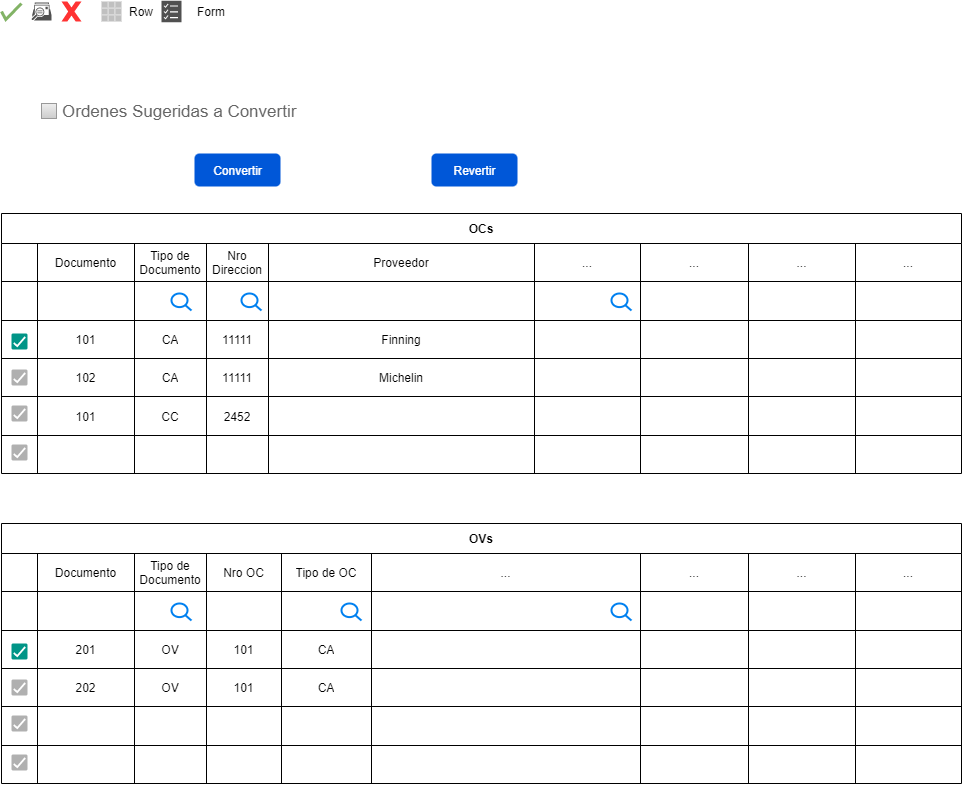
frepetti/frepetti keeps this draw.io diagram as Aplicacion Conversión CLP a USD.drawio.png. Above is the earlier version. Source tidied: cells renumbered, new cells last; positions are measured from the earlier drawing's top-left corner, leaving out a move shared by most shapes.
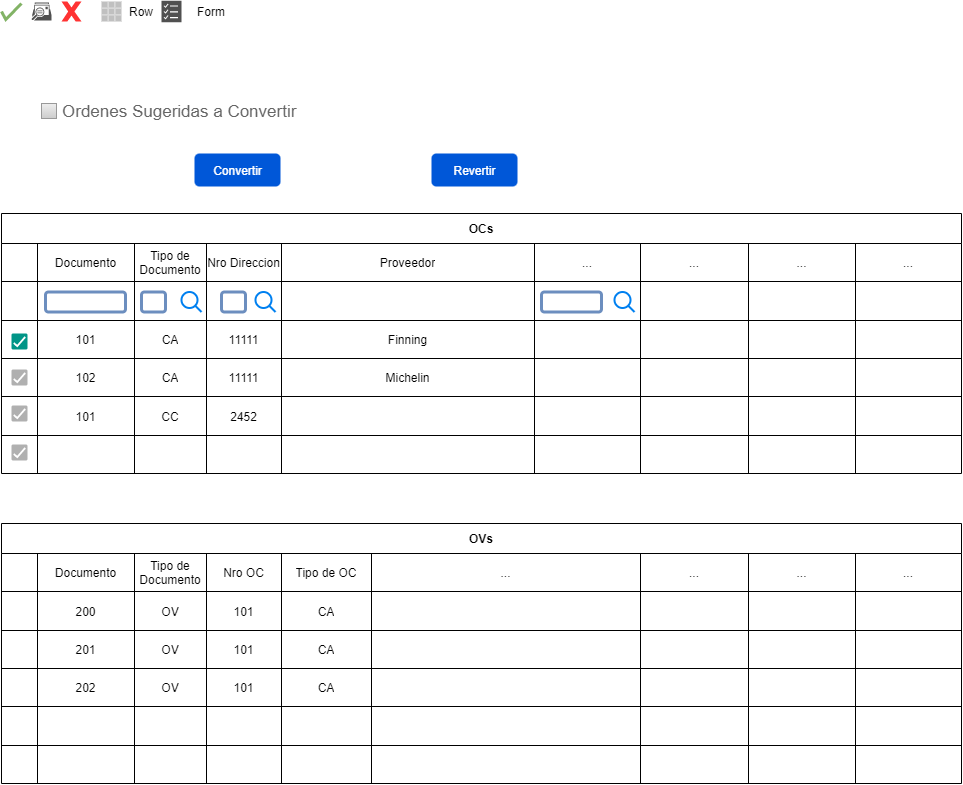
The same file after the commit.

Diff of the diagram source:
```diff
@@ -18,10 +18,10 @@
       <mxGeometry x="133" width="72" height="38" as="geometry" />
     </mxCell>
     <mxCell id="7" value="Nro Direccion" style="shape=partialRectangle;html=1;whiteSpace=wrap;fillColor=none;top=0;left=0;bottom=0;right=0;overflow=hidden;" parent="3" vertex="1">
-      <mxGeometry x="205" width="62" height="38" as="geometry" />
+      <mxGeometry x="205" width="75" height="38" as="geometry" />
     </mxCell>
     <mxCell id="8" value="Proveedor" style="shape=partialRectangle;html=1;whiteSpace=wrap;fillColor=none;top=0;left=0;bottom=0;right=0;overflow=hidden;" parent="3" vertex="1">
-      <mxGeometry x="267" width="266" height="38" as="geometry" />
+      <mxGeometry x="280" width="253" height="38" as="geometry" />
     </mxCell>
     <mxCell id="9" value="..." style="shape=partialRectangle;html=1;whiteSpace=wrap;fillColor=none;top=0;left=0;bottom=0;right=0;overflow=hidden;" parent="3" vertex="1">
       <mxGeometry x="533" width="106" height="38" as="geometry" />
@@ -48,10 +48,10 @@
       <mxGeometry x="133" width="72" height="39" as="geometry" />
     </mxCell>
     <mxCell id="17" style="shape=partialRectangle;html=1;whiteSpace=wrap;fillColor=none;top=0;left=0;bottom=0;right=0;overflow=hidden;" parent="13" vertex="1">
-      <mxGeometry x="205" width="62" height="39" as="geometry" />
+      <mxGeometry x="205" width="75" height="39" as="geometry" />
     </mxCell>
     <mxCell id="18" style="shape=partialRectangle;html=1;whiteSpace=wrap;fillColor=none;top=0;left=0;bottom=0;right=0;overflow=hidden;" parent="13" vertex="1">
-      <mxGeometry x="267" width="266" height="39" as="geometry" />
+      <mxGeometry x="280" width="253" height="39" as="geometry" />
     </mxCell>
     <mxCell id="19" style="shape=partialRectangle;html=1;whiteSpace=wrap;fillColor=none;top=0;left=0;bottom=0;right=0;overflow=hidden;" parent="13" vertex="1">
       <mxGeometry x="533" width="106" height="39" as="geometry" />
@@ -78,10 +78,10 @@
       <mxGeometry x="133" width="72" height="38" as="geometry" />
     </mxCell>
     <mxCell id="27" value="11111" style="shape=partialRectangle;html=1;whiteSpace=wrap;fillColor=none;top=0;left=0;bottom=0;right=0;overflow=hidden;" parent="23" vertex="1">
-      <mxGeometry x="205" width="62" height="38" as="geometry" />
+      <mxGeometry x="205" width="75" height="38" as="geometry" />
     </mxCell>
     <mxCell id="28" value="Finning" style="shape=partialRectangle;html=1;whiteSpace=wrap;fillColor=none;top=0;left=0;bottom=0;right=0;overflow=hidden;" parent="23" vertex="1">
-      <mxGeometry x="267" width="266" height="38" as="geometry" />
+      <mxGeometry x="280" width="253" height="38" as="geometry" />
     </mxCell>
     <mxCell id="29" style="shape=partialRectangle;html=1;whiteSpace=wrap;fillColor=none;top=0;left=0;bottom=0;right=0;overflow=hidden;" parent="23" vertex="1">
       <mxGeometry x="533" width="106" height="38" as="geometry" />
@@ -108,10 +108,10 @@
       <mxGeometry x="133" width="72" height="38" as="geometry" />
     </mxCell>
     <mxCell id="37" value="11111" style="shape=partialRectangle;html=1;whiteSpace=wrap;fillColor=none;top=0;left=0;bottom=0;right=0;overflow=hidden;" parent="33" vertex="1">
-      <mxGeometry x="205" width="62" height="38" as="geometry" />
+      <mxGeometry x="205" width="75" height="38" as="geometry" />
     </mxCell>
     <mxCell id="38" value="Michelin" style="shape=partialRectangle;html=1;whiteSpace=wrap;fillColor=none;top=0;left=0;bottom=0;right=0;overflow=hidden;" parent="33" vertex="1">
-      <mxGeometry x="267" width="266" height="38" as="geometry" />
+      <mxGeometry x="280" width="253" height="38" as="geometry" />
     </mxCell>
     <mxCell id="39" style="shape=partialRectangle;html=1;whiteSpace=wrap;fillColor=none;top=0;left=0;bottom=0;right=0;overflow=hidden;" parent="33" vertex="1">
       <mxGeometry x="533" width="106" height="38" as="geometry" />
@@ -138,10 +138,10 @@
       <mxGeometry x="133" width="72" height="39" as="geometry" />
     </mxCell>
     <mxCell id="47" value="2452" style="shape=partialRectangle;html=1;whiteSpace=wrap;fillColor=none;top=0;left=0;bottom=0;right=0;overflow=hidden;" parent="43" vertex="1">
-      <mxGeometry x="205" width="62" height="39" as="geometry" />
+      <mxGeometry x="205" width="75" height="39" as="geometry" />
     </mxCell>
     <mxCell id="48" style="shape=partialRectangle;html=1;whiteSpace=wrap;fillColor=none;top=0;left=0;bottom=0;right=0;overflow=hidden;" parent="43" vertex="1">
-      <mxGeometry x="267" width="266" height="39" as="geometry" />
+      <mxGeometry x="280" width="253" height="39" as="geometry" />
     </mxCell>
     <mxCell id="49" style="shape=partialRectangle;html=1;whiteSpace=wrap;fillColor=none;top=0;left=0;bottom=0;right=0;overflow=hidden;" parent="43" vertex="1">
       <mxGeometry x="533" width="106" height="39" as="geometry" />
@@ -168,10 +168,10 @@
       <mxGeometry x="133" width="72" height="38" as="geometry" />
     </mxCell>
     <mxCell id="57" style="shape=partialRectangle;html=1;whiteSpace=wrap;fillColor=none;top=0;left=0;bottom=0;right=0;overflow=hidden;" parent="53" vertex="1">
-      <mxGeometry x="205" width="62" height="38" as="geometry" />
+      <mxGeometry x="205" width="75" height="38" as="geometry" />
     </mxCell>
     <mxCell id="58" style="shape=partialRectangle;html=1;whiteSpace=wrap;fillColor=none;top=0;left=0;bottom=0;right=0;overflow=hidden;" parent="53" vertex="1">
-      <mxGeometry x="267" width="266" height="38" as="geometry" />
+      <mxGeometry x="280" width="253" height="38" as="geometry" />
     </mxCell>
     <mxCell id="59" style="shape=partialRectangle;html=1;whiteSpace=wrap;fillColor=none;top=0;left=0;bottom=0;right=0;overflow=hidden;" parent="53" vertex="1">
       <mxGeometry x="533" width="106" height="38" as="geometry" />
@@ -198,13 +198,13 @@
       <mxGeometry x="10" y="405" width="16" height="16" as="geometry" />
     </mxCell>
     <mxCell id="67" style="html=1;verticalLabelPosition=bottom;align=center;labelBackgroundColor=#ffffff;verticalAlign=top;strokeWidth=2;strokeColor=#0080F0;shadow=0;dashed=0;shape=mxgraph.ios7.icons.looking_glass;" parent="1" vertex="1">
-      <mxGeometry x="240" y="293" width="20" height="17" as="geometry" />
+      <mxGeometry x="254" y="291.5" width="20" height="20" as="geometry" />
     </mxCell>
     <mxCell id="68" style="html=1;verticalLabelPosition=bottom;align=center;labelBackgroundColor=#ffffff;verticalAlign=top;strokeWidth=2;strokeColor=#0080F0;shadow=0;dashed=0;shape=mxgraph.ios7.icons.looking_glass;" parent="1" vertex="1">
-      <mxGeometry x="170" y="293" width="20" height="17" as="geometry" />
+      <mxGeometry x="180" y="291.5" width="20" height="20" as="geometry" />
     </mxCell>
     <mxCell id="69" style="html=1;verticalLabelPosition=bottom;align=center;labelBackgroundColor=#ffffff;verticalAlign=top;strokeWidth=2;strokeColor=#0080F0;shadow=0;dashed=0;shape=mxgraph.ios7.icons.looking_glass;" parent="1" vertex="1">
-      <mxGeometry x="610" y="293" width="20" height="17" as="geometry" />
+      <mxGeometry x="613" y="291.5" width="20" height="20" as="geometry" />
     </mxCell>
     <mxCell id="70" value="OVs" style="shape=table;startSize=30;fontStyle=1;align=center;" parent="1" vertex="1">
       <mxGeometry y="523" width="960" height="260" as="geometry" />
@@ -245,16 +245,16 @@
     <mxCell id="82" style="shape=partialRectangle;html=1;whiteSpace=wrap;fillColor=none;top=0;left=0;bottom=0;right=0;overflow=hidden;" parent="81" vertex="1">
       <mxGeometry width="36" height="39" as="geometry" />
     </mxCell>
-    <mxCell id="83" style="shape=partialRectangle;html=1;whiteSpace=wrap;fillColor=none;top=0;left=0;bottom=0;right=0;overflow=hidden;" parent="81" vertex="1">
+    <mxCell id="83" value="200" style="shape=partialRectangle;html=1;whiteSpace=wrap;fillColor=none;top=0;left=0;bottom=0;right=0;overflow=hidden;" parent="81" vertex="1">
       <mxGeometry x="36" width="97" height="39" as="geometry" />
     </mxCell>
-    <mxCell id="84" style="shape=partialRectangle;html=1;whiteSpace=wrap;fillColor=none;top=0;left=0;bottom=0;right=0;overflow=hidden;" parent="81" vertex="1">
+    <mxCell id="84" value="OV" style="shape=partialRectangle;html=1;whiteSpace=wrap;fillColor=none;top=0;left=0;bottom=0;right=0;overflow=hidden;" parent="81" vertex="1">
       <mxGeometry x="133" width="72" height="39" as="geometry" />
     </mxCell>
-    <mxCell id="85" style="shape=partialRectangle;html=1;whiteSpace=wrap;fillColor=none;top=0;left=0;bottom=0;right=0;overflow=hidden;" parent="81" vertex="1">
+    <mxCell id="85" value="101" style="shape=partialRectangle;html=1;whiteSpace=wrap;fillColor=none;top=0;left=0;bottom=0;right=0;overflow=hidden;" parent="81" vertex="1">
       <mxGeometry x="205" width="75" height="39" as="geometry" />
     </mxCell>
-    <mxCell id="86" style="shape=partialRectangle;html=1;whiteSpace=wrap;fillColor=none;top=0;left=0;bottom=0;right=0;overflow=hidden;" parent="81" vertex="1">
+    <mxCell id="86" value="CA" style="shape=partialRectangle;html=1;whiteSpace=wrap;fillColor=none;top=0;left=0;bottom=0;right=0;overflow=hidden;" parent="81" vertex="1">
       <mxGeometry x="280" width="90" height="39" as="geometry" />
     </mxCell>
     <mxCell id="87" style="shape=partialRectangle;html=1;whiteSpace=wrap;fillColor=none;top=0;left=0;bottom=0;right=0;overflow=hidden;" parent="81" vertex="1">
@@ -389,24 +389,6 @@
     <mxCell id="130" style="shape=partialRectangle;html=1;whiteSpace=wrap;fillColor=none;top=0;left=0;bottom=0;right=0;overflow=hidden;" parent="121" vertex="1">
       <mxGeometry x="854" width="106" height="38" as="geometry" />
     </mxCell>
-    <mxCell id="131" style="dashed=0;labelPosition=right;align=left;shape=mxgraph.gmdl.checkbox;strokeColor=none;fillColor=#B0B0B0;strokeWidth=2;sketch=0;" parent="1" vertex="1">
-      <mxGeometry x="10" y="754" width="16" height="16" as="geometry" />
-    </mxCell>
-    <mxCell id="132" style="dashed=0;labelPosition=right;align=left;shape=mxgraph.gmdl.checkbox;strokeColor=none;fillColor=#009587;strokeWidth=2;sketch=0;" parent="1" vertex="1">
-      <mxGeometry x="10" y="643" width="16" height="16" as="geometry" />
-    </mxCell>
-    <mxCell id="133" style="dashed=0;labelPosition=right;align=left;shape=mxgraph.gmdl.checkbox;strokeColor=none;fillColor=#B0B0B0;strokeWidth=2;sketch=0;" parent="1" vertex="1">
-      <mxGeometry x="10" y="679" width="16" height="16" as="geometry" />
-    </mxCell>
-    <mxCell id="134" style="dashed=0;labelPosition=right;align=left;shape=mxgraph.gmdl.checkbox;strokeColor=none;fillColor=#B0B0B0;strokeWidth=2;sketch=0;" parent="1" vertex="1">
-      <mxGeometry x="10" y="715" width="16" height="16" as="geometry" />
-    </mxCell>
-    <mxCell id="135" style="html=1;verticalLabelPosition=bottom;align=center;labelBackgroundColor=#ffffff;verticalAlign=top;strokeWidth=2;strokeColor=#0080F0;shadow=0;dashed=0;shape=mxgraph.ios7.icons.looking_glass;" parent="1" vertex="1">
-      <mxGeometry x="170" y="603" width="20" height="17" as="geometry" />
-    </mxCell>
-    <mxCell id="136" style="html=1;verticalLabelPosition=bottom;align=center;labelBackgroundColor=#ffffff;verticalAlign=top;strokeWidth=2;strokeColor=#0080F0;shadow=0;dashed=0;shape=mxgraph.ios7.icons.looking_glass;" parent="1" vertex="1">
-      <mxGeometry x="610" y="603" width="20" height="17" as="geometry" />
-    </mxCell>
     <mxCell id="137" value="Convertir" style="rounded=1;fillColor=#0057D8;strokeColor=none;html=1;fontColor=#ffffff;align=center;verticalAlign=middle;fontStyle=0;fontSize=12;sketch=0;" parent="1" vertex="1">
       <mxGeometry x="193" y="153" width="86" height="33" as="geometry" />
     </mxCell>
@@ -437,8 +419,17 @@
     <mxCell id="146" value="Form" style="text;html=1;strokeColor=none;fillColor=none;align=center;verticalAlign=middle;whiteSpace=wrap;rounded=0;" parent="1" vertex="1">
       <mxGeometry x="190" y="1" width="40" height="20" as="geometry" />
     </mxCell>
-    <mxCell id="147" style="html=1;verticalLabelPosition=bottom;align=center;labelBackgroundColor=#ffffff;verticalAlign=top;strokeWidth=2;strokeColor=#0080F0;shadow=0;dashed=0;shape=mxgraph.ios7.icons.looking_glass;" parent="1" vertex="1">
-      <mxGeometry x="340" y="603" width="20" height="17" as="geometry" />
-    </mxCell>
+    <mxCell id="148" style="rounded=1;whiteSpace=wrap;html=1;strokeWidth=3;fillColor=#FFFFFF;strokeColor=#6c8ebf;" parent="1" vertex="1">
+      <mxGeometry x="44" y="291.5" width="80" height="20" as="geometry" />
+    </mxCell>
+    <mxCell id="149" style="rounded=1;whiteSpace=wrap;html=1;strokeWidth=3;fillColor=#FFFFFF;strokeColor=#6c8ebf;" parent="1" vertex="1">
+      <mxGeometry x="540" y="291.5" width="60" height="20" as="geometry" />
+    </mxCell>
+    <mxCell id="150" style="rounded=1;whiteSpace=wrap;html=1;strokeWidth=3;fillColor=#FFFFFF;strokeColor=#6c8ebf;" parent="1" vertex="1">
+      <mxGeometry x="220" y="291.5" width="24" height="20" as="geometry" />
+    </mxCell>
+    <mxCell id="151" style="rounded=1;whiteSpace=wrap;html=1;strokeWidth=3;fillColor=#FFFFFF;strokeColor=#6c8ebf;" parent="1" vertex="1">
+      <mxGeometry x="140" y="291.5" width="24" height="20" as="geometry" />
+    </mxCell>
   </root>
 </mxGraphModel>
```
